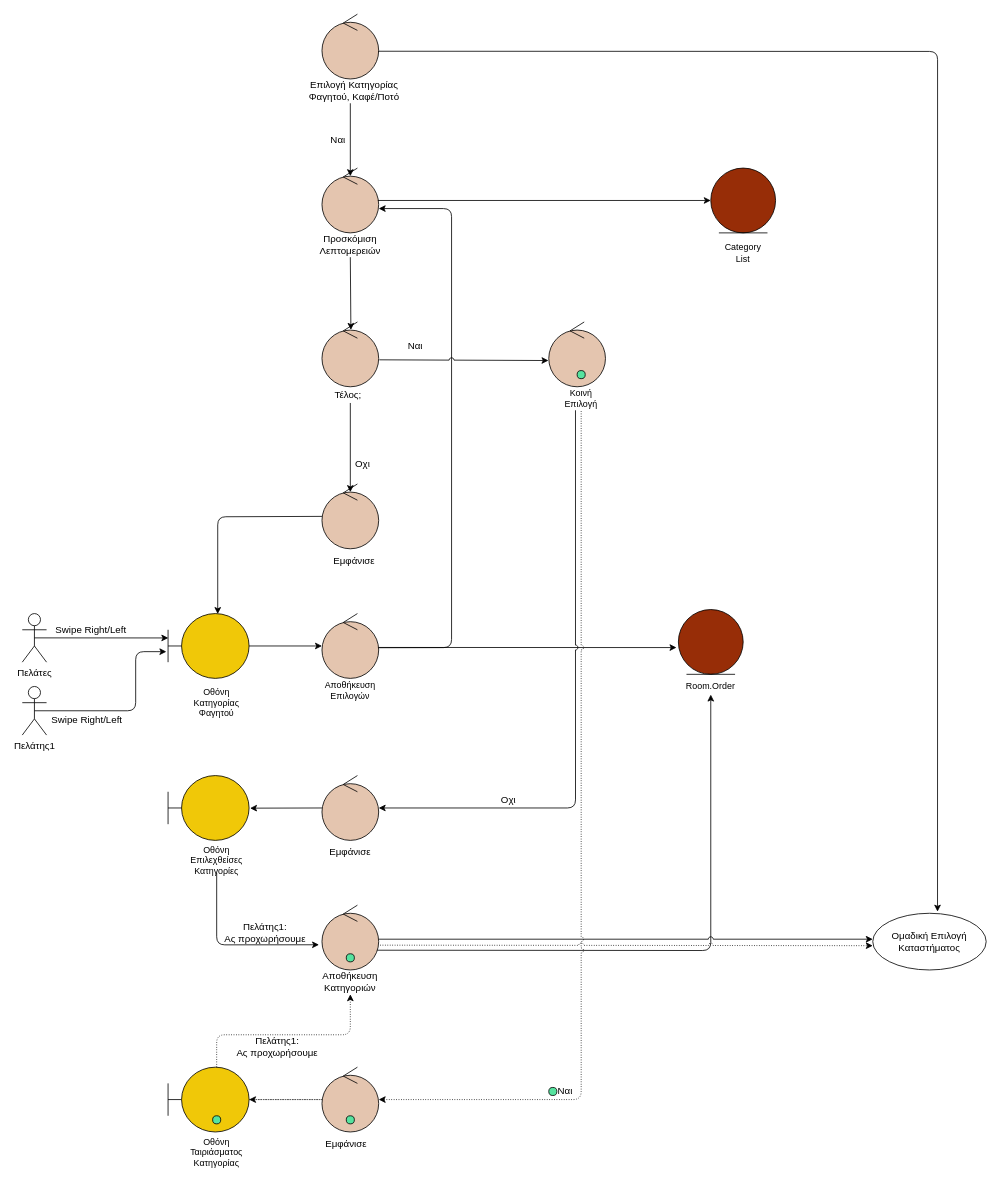
Before: docs/contributions/JoannaAgo/Phase_5/Team Choice - Category/Team_Choice_Category_Robustness.drawio in iloudaros/nomnomr, a draw.io diagram. Source tidied: cells renumbered, new cells numbered last; positions are measured from the earlier drawing's top-left corner, leaving out a move shared by most shapes. Both pictures are drawn from the tidied source at 81%, with x=0, y=0 at pixel (22, 14).
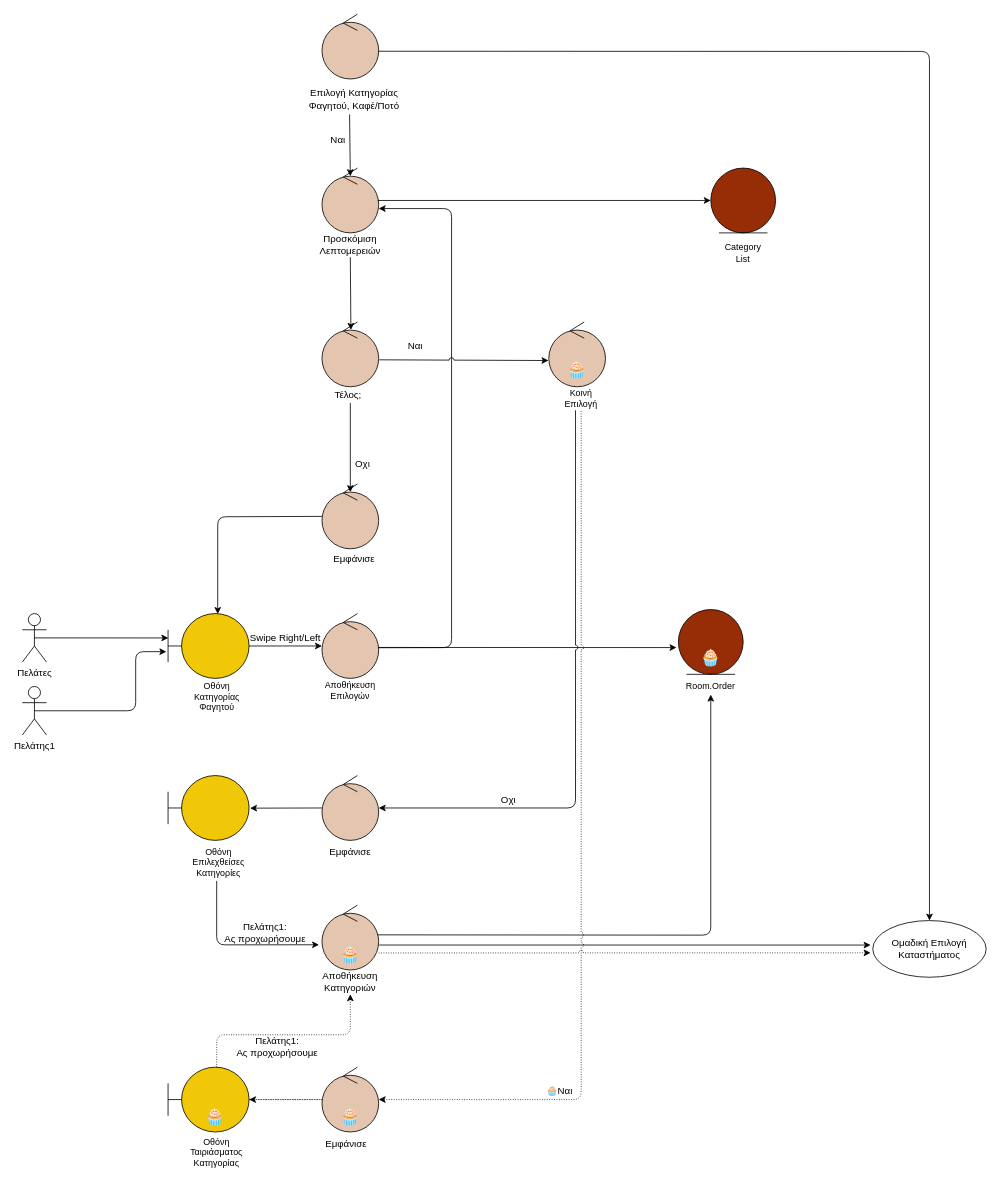
After the change.

Unchanged cells that the change refers to:
```xml
<mxCell id="22" style="ellipse;shape=umlControl;whiteSpace=wrap;html=1;fontSize=11;fillColor=#E4C5AF;" parent="1" vertex="1">
  <mxGeometry x="370" width="70" height="80" as="geometry" />
</mxCell>
<mxCell id="45" style="ellipse;shape=umlControl;whiteSpace=wrap;html=1;fontSize=12;fillColor=#E4C5AF;" parent="1" vertex="1">
  <mxGeometry x="370" y="1100" width="70" height="80" as="geometry" />
</mxCell>
```

The edit, as a diff of the source:
```diff
@@
     <mxCell id="13" value="Οθόνη Κατηγορίας Φαγητού" style="text;html=1;strokeColor=none;fillColor=none;align=center;verticalAlign=middle;whiteSpace=wrap;rounded=0;fontSize=11;" parent="1" vertex="1">
-      <mxGeometry x="205" y="830" width="70" height="40" as="geometry" />
+      <mxGeometry x="202.5" y="821" width="75" height="43" as="geometry" />
     </mxCell>
@@
     <mxCell id="23" value="Επιλογή Κατηγορίας Φαγητού, Καφέ/Ποτό" style="text;html=1;strokeColor=none;fillColor=none;align=center;verticalAlign=middle;whiteSpace=wrap;rounded=0;fontSize=12;" parent="1" vertex="1">
-      <mxGeometry x="350.3" y="80" width="119.7" height="30" as="geometry" />
+      <mxGeometry x="350.3" y="90" width="119.7" height="30" as="geometry" />
     </mxCell>
-    <mxCell id="24" style="endArrow=classic;html=1;rounded=0;fontSize=12;startArrow=none;" parent="1" edge="1">
+    <mxCell id="24" style="endArrow=classic;html=1;rounded=0;fontSize=12;startArrow=none;exitX=0.449;exitY=1.124;exitDx=0;exitDy=0;exitPerimeter=0;" parent="1" edge="1" source="23">
       <mxGeometry relative="1" as="geometry">
-        <mxPoint x="405" y="110" as="sourcePoint" />
         <mxPoint x="405" y="200" as="targetPoint" />
       </mxGeometry>
     </mxCell>
@@
     <mxCell id="28" value="Εμφάνισε" style="text;html=1;strokeColor=none;fillColor=none;align=center;verticalAlign=middle;whiteSpace=wrap;rounded=0;fontSize=12;" parent="1" vertex="1">
-      <mxGeometry x="380" y="660" width="60" height="30" as="geometry" />
+      <mxGeometry x="380" y="658" width="60" height="30" as="geometry" />
     </mxCell>
@@
     <mxCell id="31" value="Swipe Right/Left" style="text;html=1;strokeColor=none;fillColor=none;align=center;verticalAlign=middle;whiteSpace=wrap;rounded=0;fontSize=12;" parent="1" vertex="1">
-      <mxGeometry x="40" y="750" width="90" height="20" as="geometry" />
+      <mxGeometry x="280" y="760" width="90" height="20" as="geometry" />
     </mxCell>
-    <mxCell id="32" value="Swipe Right/Left" style="text;html=1;strokeColor=none;fillColor=none;align=center;verticalAlign=middle;whiteSpace=wrap;rounded=0;fontSize=12;" parent="1" vertex="1">
-      <mxGeometry x="30" y="860" width="100" height="21" as="geometry" />
-    </mxCell>
@@
     <mxCell id="37" value="Οθόνη Επιλεχθείσες Κατηγορίες" style="text;html=1;strokeColor=none;fillColor=none;align=center;verticalAlign=middle;whiteSpace=wrap;rounded=0;fontSize=11;" parent="1" vertex="1">
-      <mxGeometry x="205" y="1030" width="70" height="30" as="geometry" />
+      <mxGeometry x="205" y="1027" width="75" height="40" as="geometry" />
     </mxCell>
@@
     <mxCell id="40" value="Εμφάνισε" style="text;html=1;strokeColor=none;fillColor=none;align=center;verticalAlign=middle;whiteSpace=wrap;rounded=0;fontSize=12;" parent="1" vertex="1">
-      <mxGeometry x="375" y="1020" width="60" height="30" as="geometry" />
+      <mxGeometry x="375" y="1019" width="60" height="30" as="geometry" />
     </mxCell>
@@
-    <mxCell id="47" style="endArrow=classic;html=1;rounded=1;fontSize=11;entryX=-0.052;entryY=0.611;entryDx=0;entryDy=0;entryPerimeter=0;exitX=0.5;exitY=1;exitDx=0;exitDy=0;exitPerimeter=0;" parent="1" edge="1" source="37" target="45">
+    <mxCell id="47" style="endArrow=classic;html=1;rounded=1;fontSize=11;entryX=-0.052;entryY=0.611;entryDx=0;entryDy=0;entryPerimeter=0;" parent="1" edge="1" target="45">
       <mxGeometry relative="1" as="geometry">
+        <mxPoint x="240" y="1070" as="sourcePoint" />
         <Array as="points">
           <mxPoint x="240" y="1149" />
         </Array>
       </mxGeometry>
     </mxCell>
-    <mxCell id="48" style="endArrow=classic;html=1;rounded=1;fontSize=11;exitX=0.975;exitY=0.695;exitDx=0;exitDy=0;exitPerimeter=0;jumpStyle=arc;" parent="1" edge="1" source="45">
+    <mxCell id="48" style="endArrow=classic;html=1;rounded=1;fontSize=11;exitX=0.983;exitY=0.458;exitDx=0;exitDy=0;exitPerimeter=0;jumpStyle=arc;" parent="1" edge="1" source="45">
       <mxGeometry relative="1" as="geometry">
         <mxPoint x="850" y="840" as="targetPoint" />
         <Array as="points">
-          <mxPoint x="850" y="1156" />
+          <mxPoint x="850" y="1137" />
         </Array>
       </mxGeometry>
     </mxCell>
-    <mxCell id="49" style="endArrow=classic;html=1;rounded=0;fontSize=11;exitX=1;exitY=0.525;exitDx=0;exitDy=0;exitPerimeter=0;entryX=0;entryY=0.4;entryDx=0;entryDy=0;entryPerimeter=0;jumpStyle=arc;" parent="1" edge="1" source="45">
-      <mxGeometry relative="1" as="geometry">
-        <mxPoint x="1050" y="1142" as="targetPoint" />
-      </mxGeometry>
+    <mxCell id="49" style="endArrow=classic;html=1;rounded=0;fontSize=11;exitX=1.009;exitY=0.615;exitDx=0;exitDy=0;exitPerimeter=0;jumpStyle=arc;entryX=-0.019;entryY=0.432;entryDx=0;entryDy=0;entryPerimeter=0;" parent="1" edge="1" source="45" target="66">
+      <mxGeometry relative="1" as="geometry" />
     </mxCell>
@@
-    <mxCell id="58" style="endArrow=classic;html=1;rounded=1;fontSize=11;exitX=0.989;exitY=0.572;exitDx=0;exitDy=0;exitPerimeter=0;entryX=0.571;entryY=-0.029;entryDx=0;entryDy=0;entryPerimeter=0;" parent="1" edge="1" source="22" target="66">
+    <mxCell id="58" style="endArrow=classic;html=1;rounded=1;fontSize=11;exitX=0.989;exitY=0.572;exitDx=0;exitDy=0;exitPerimeter=0;entryX=0.5;entryY=0;entryDx=0;entryDy=0;" parent="1" edge="1" source="22" target="66">
       <mxGeometry relative="1" as="geometry">
         <Array as="points">
-          <mxPoint x="1130" y="46" />
+          <mxPoint x="1120" y="46" />
         </Array>
       </mxGeometry>
     </mxCell>
-    <mxCell id="59" style="shape=ellipse;fillColor=#56E39F;strokeColor=default;html=1;sketch=0;fontColor=#56E39F;" parent="1" vertex="1">
-      <mxGeometry x="685" y="440" width="10" height="10" as="geometry" />
-    </mxCell>
-    <mxCell id="60" style="shape=ellipse;fillColor=#56E39F;strokeColor=default;html=1;sketch=0;fontColor=#56E39F;" parent="1" vertex="1">
-      <mxGeometry x="400" y="1360" width="10" height="10" as="geometry" />
-    </mxCell>
-    <mxCell id="61" style="shape=ellipse;fillColor=#56E39F;strokeColor=default;html=1;sketch=0;fontColor=#56E39F;" parent="1" vertex="1">
-      <mxGeometry x="235" y="1360" width="10" height="10" as="geometry" />
-    </mxCell>
-    <mxCell id="62" style="shape=ellipse;fillColor=#56E39F;strokeColor=default;html=1;sketch=0;fontColor=#56E39F;" parent="1" vertex="1">
-      <mxGeometry x="400" y="1160" width="10" height="10" as="geometry" />
-    </mxCell>
@@
-    <mxCell id="64" style="endArrow=classic;html=1;rounded=1;fontSize=11;entryX=0;entryY=0.5;entryDx=0;entryDy=0;dashed=1;dashPattern=1 2;exitX=1.025;exitY=0.617;exitDx=0;exitDy=0;exitPerimeter=0;jumpStyle=arc;" parent="1" edge="1" source="45">
+    <mxCell id="64" style="endArrow=classic;html=1;rounded=1;fontSize=11;entryX=-0.019;entryY=0.569;entryDx=0;entryDy=0;dashed=1;dashPattern=1 2;jumpStyle=arc;edgeStyle=orthogonalEdgeStyle;entryPerimeter=0;" parent="1" edge="1" target="66">
       <mxGeometry relative="1" as="geometry">
-        <mxPoint x="1050" y="1150" as="targetPoint" />
-        <Array as="points">
-          <mxPoint x="490" y="1150" />
-        </Array>
+        <mxPoint x="440" y="1159" as="sourcePoint" />
       </mxGeometry>
     </mxCell>
-    <mxCell id="65" style="shape=ellipse;fillColor=#56E39F;strokeColor=default;html=1;sketch=0;fontColor=#56E39F;" parent="1" vertex="1">
-      <mxGeometry x="650" y="1325" width="10" height="10" as="geometry" />
-    </mxCell>
     <mxCell id="66" value="Ομαδική Επιλογή Καταστήματος" style="ellipse;whiteSpace=wrap;html=1;" parent="1" vertex="1">
-      <mxGeometry x="1050" y="1110" width="140" height="70" as="geometry" />
+      <mxGeometry x="1050" y="1119" width="140" height="70" as="geometry" />
     </mxCell>
@@
+    <mxCell id="68" value="🧁" style="text;whiteSpace=wrap;html=1;" parent="1" vertex="1">
+      <mxGeometry x="645" y="1315" width="40" height="30" as="geometry" />
+    </mxCell>
+    <mxCell id="69" value="🧁" style="text;whiteSpace=wrap;html=1;fontSize=20;align=center;verticalAlign=middle;" parent="1" vertex="1">
+      <mxGeometry x="385" y="1345" width="40" height="30" as="geometry" />
+    </mxCell>
+    <mxCell id="70" value="🧁" style="text;whiteSpace=wrap;html=1;fontSize=20;align=center;verticalAlign=middle;" parent="1" vertex="1">
+      <mxGeometry x="218" y="1345" width="40" height="30" as="geometry" />
+    </mxCell>
+    <mxCell id="71" value="🧁" style="text;whiteSpace=wrap;html=1;fontSize=20;align=center;verticalAlign=middle;" parent="1" vertex="1">
+      <mxGeometry x="385" y="1145" width="40" height="30" as="geometry" />
+    </mxCell>
+    <mxCell id="72" value="🧁" style="text;whiteSpace=wrap;html=1;fontSize=20;align=center;verticalAlign=middle;" parent="1" vertex="1">
+      <mxGeometry x="665" y="423" width="40" height="30" as="geometry" />
+    </mxCell>
+    <mxCell id="73" value="🧁" style="text;whiteSpace=wrap;html=1;fontSize=20;align=center;verticalAlign=middle;" parent="1" vertex="1">
+      <mxGeometry x="830" y="779" width="40" height="30" as="geometry" />
+    </mxCell>
```
